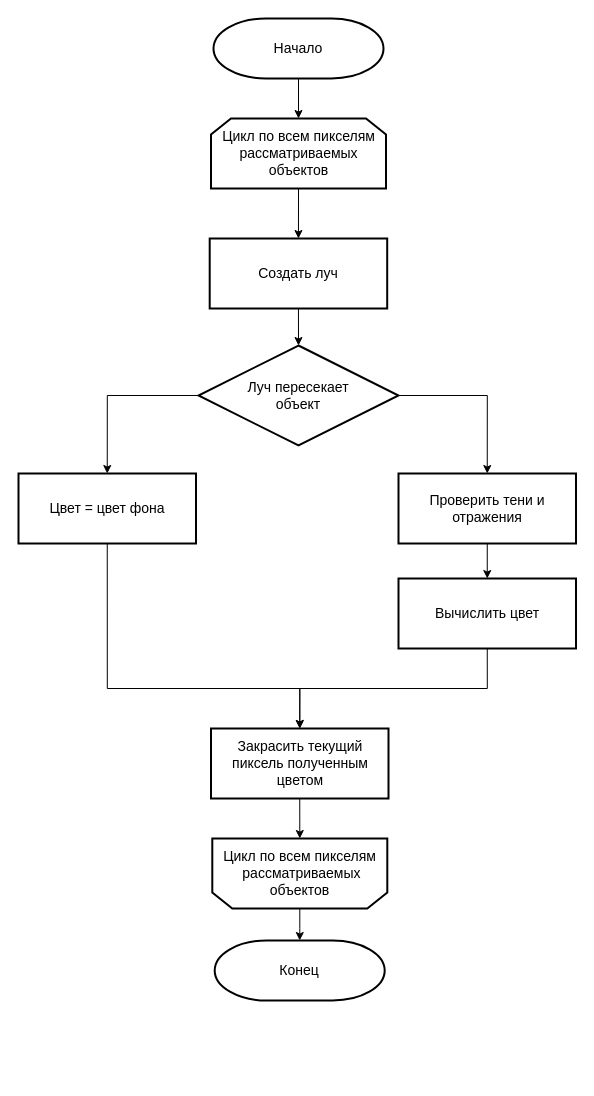
Earlier version of the draw.io diagram page "Страница 2" (2 of 3) of Диаграмма_курсач.drawio (kpirap18/BMSTU-CP_CG-sem5). Source tidied: cells renumbered, new cells numbered last; positions are measured from the earlier drawing's top-left corner, leaving out a move shared by most shapes. Both pictures are drawn from the tidied source at 100%, with x=0, y=0 at pixel (18, 18).
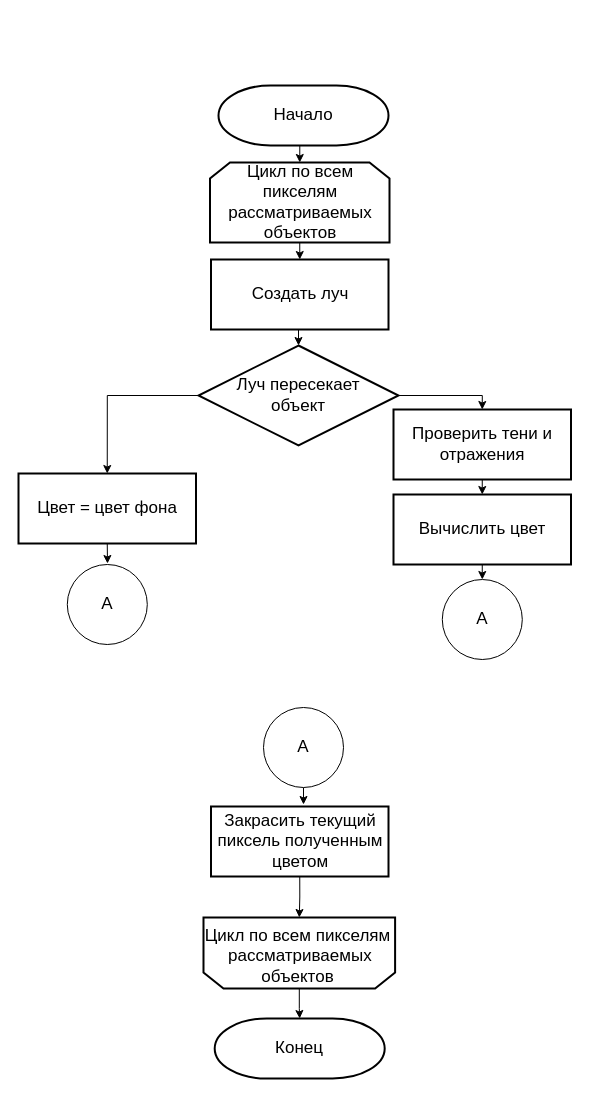
Above is the later version.

What changed in the source:
```diff
@@
-    <mxCell id="2" style="edgeStyle=orthogonalEdgeStyle;rounded=0;jettySize=auto;html=1;exitX=0.5;exitY=1;exitDx=0;exitDy=0;exitPerimeter=0;entryX=0.5;entryY=0;entryDx=0;entryDy=0;" parent="1" edge="1" source="3" target="5">
+    <mxCell id="2" style="edgeStyle=orthogonalEdgeStyle;rounded=0;jettySize=auto;html=1;exitX=0.5;exitY=1;exitDx=0;exitDy=0;exitPerimeter=0;entryX=0.5;entryY=0;entryDx=0;entryDy=0;fontSize=17;" parent="1" edge="1" source="3" target="5">
       <mxGeometry relative="1" as="geometry" />
     </mxCell>
-    <mxCell id="3" value="&lt;font style=&quot;font-size: 14px&quot;&gt;Начало&lt;/font&gt;" style="strokeWidth=2;html=1;shape=mxgraph.flowchart.terminator;whiteSpace=wrap;" parent="1" vertex="1">
-      <mxGeometry x="195" width="170" height="60" as="geometry" />
+    <mxCell id="3" value="&lt;font style=&quot;font-size: 17px;&quot;&gt;Начало&lt;/font&gt;" style="strokeWidth=2;html=1;shape=mxgraph.flowchart.terminator;whiteSpace=wrap;fontSize=17;" parent="1" vertex="1">
+      <mxGeometry x="200" y="67" width="170" height="60" as="geometry" />
     </mxCell>
-    <mxCell id="4" style="edgeStyle=orthogonalEdgeStyle;rounded=0;jettySize=auto;html=1;exitX=0.5;exitY=1;exitDx=0;exitDy=0;entryX=0.5;entryY=0;entryDx=0;entryDy=0;" parent="1" edge="1" source="5" target="7">
+    <mxCell id="4" style="edgeStyle=orthogonalEdgeStyle;rounded=0;jettySize=auto;html=1;exitX=0.5;exitY=1;exitDx=0;exitDy=0;entryX=0.5;entryY=0;entryDx=0;entryDy=0;fontSize=17;" parent="1" edge="1" source="5" target="7">
       <mxGeometry relative="1" as="geometry" />
     </mxCell>
-    <mxCell id="5" value="&lt;font style=&quot;font-size: 14px&quot;&gt;Цикл по всем пикселям рассматриваемых объектов&lt;/font&gt;" style="shape=loopLimit;whiteSpace=wrap;html=1;strokeWidth=2;" parent="1" vertex="1">
-      <mxGeometry x="192.5" y="100" width="175" height="70" as="geometry" />
+    <mxCell id="5" value="&lt;font style=&quot;font-size: 17px;&quot;&gt;Цикл по всем пикселям рассматриваемых объектов&lt;/font&gt;" style="shape=loopLimit;whiteSpace=wrap;html=1;strokeWidth=2;fontSize=17;" parent="1" vertex="1">
+      <mxGeometry x="191.5" y="144" width="179.5" height="80" as="geometry" />
     </mxCell>
-    <mxCell id="6" style="edgeStyle=orthogonalEdgeStyle;rounded=0;jettySize=auto;html=1;exitX=0.5;exitY=1;exitDx=0;exitDy=0;entryX=0.5;entryY=0;entryDx=0;entryDy=0;entryPerimeter=0;" parent="1" edge="1" source="7" target="10">
+    <mxCell id="6" style="edgeStyle=orthogonalEdgeStyle;rounded=0;jettySize=auto;html=1;exitX=0.5;exitY=1;exitDx=0;exitDy=0;entryX=0.5;entryY=0;entryDx=0;entryDy=0;entryPerimeter=0;fontSize=17;" parent="1" edge="1" source="7" target="10">
       <mxGeometry relative="1" as="geometry" />
     </mxCell>
-    <mxCell id="7" value="&lt;font style=&quot;font-size: 14px&quot;&gt;Создать луч&lt;/font&gt;" style="whiteSpace=wrap;html=1;strokeWidth=2;" parent="1" vertex="1">
-      <mxGeometry x="191.2" y="220" width="177.5" height="70" as="geometry" />
+    <mxCell id="7" value="&lt;font style=&quot;font-size: 17px;&quot;&gt;Создать луч&lt;/font&gt;" style="whiteSpace=wrap;html=1;strokeWidth=2;fontSize=17;" parent="1" vertex="1">
+      <mxGeometry x="192.5" y="241" width="177.5" height="70" as="geometry" />
     </mxCell>
-    <mxCell id="8" style="edgeStyle=orthogonalEdgeStyle;rounded=0;jettySize=auto;html=1;exitX=1;exitY=0.5;exitDx=0;exitDy=0;exitPerimeter=0;entryX=0.5;entryY=0;entryDx=0;entryDy=0;" parent="1" edge="1" source="10" target="14">
-      <mxGeometry relative="1" as="geometry" />
+    <mxCell id="8" style="edgeStyle=orthogonalEdgeStyle;rounded=0;jettySize=auto;html=1;exitX=1;exitY=0.5;exitDx=0;exitDy=0;exitPerimeter=0;entryX=0.5;entryY=0;entryDx=0;entryDy=0;fontSize=17;" parent="1" edge="1" source="10" target="14">
+      <mxGeometry relative="1" as="geometry">
+        <Array as="points">
+          <mxPoint x="464" y="377" />
+        </Array>
+      </mxGeometry>
     </mxCell>
-    <mxCell id="9" style="edgeStyle=orthogonalEdgeStyle;rounded=0;jettySize=auto;html=1;exitX=0;exitY=0.5;exitDx=0;exitDy=0;exitPerimeter=0;entryX=0.5;entryY=0;entryDx=0;entryDy=0;" parent="1" edge="1" source="10" target="12">
+    <mxCell id="9" style="edgeStyle=orthogonalEdgeStyle;rounded=0;jettySize=auto;html=1;exitX=0;exitY=0.5;exitDx=0;exitDy=0;exitPerimeter=0;entryX=0.5;entryY=0;entryDx=0;entryDy=0;fontSize=17;" parent="1" edge="1" source="10" target="12">
       <mxGeometry relative="1" as="geometry" />
     </mxCell>
-    <mxCell id="10" value="&lt;font style=&quot;font-size: 14px&quot;&gt;Луч пересекает &lt;br&gt;объект&lt;/font&gt;" style="strokeWidth=2;html=1;shape=mxgraph.flowchart.decision;whiteSpace=wrap;" parent="1" vertex="1">
+    <mxCell id="10" value="&lt;font style=&quot;font-size: 17px;&quot;&gt;Луч пересекает &lt;br style=&quot;font-size: 17px;&quot;&gt;объект&lt;/font&gt;" style="strokeWidth=2;html=1;shape=mxgraph.flowchart.decision;whiteSpace=wrap;fontSize=17;" parent="1" vertex="1">
       <mxGeometry x="180" y="327" width="200" height="100" as="geometry" />
     </mxCell>
-    <mxCell id="11" style="edgeStyle=orthogonalEdgeStyle;rounded=0;jettySize=auto;html=1;exitX=0.5;exitY=1;exitDx=0;exitDy=0;entryX=0.5;entryY=0;entryDx=0;entryDy=0;" parent="1" edge="1" source="12" target="18">
-      <mxGeometry relative="1" as="geometry">
-        <Array as="points">
-          <mxPoint x="89" y="670" />
-          <mxPoint x="281" y="670" />
-        </Array>
-      </mxGeometry>
-    </mxCell>
+    <mxCell id="24" style="edgeStyle=orthogonalEdgeStyle;rounded=0;jettySize=auto;html=1;exitX=0.5;exitY=1;exitDx=0;exitDy=0;fontSize=17;" parent="1" edge="1" source="12">
+      <mxGeometry relative="1" as="geometry">
+        <mxPoint x="89" y="545" as="targetPoint" />
+      </mxGeometry>
+    </mxCell>
-    <mxCell id="12" value="&lt;font style=&quot;font-size: 14px&quot;&gt;Цвет = цвет фона&lt;/font&gt;" style="whiteSpace=wrap;html=1;strokeWidth=2;" parent="1" vertex="1">
+    <mxCell id="12" value="&lt;font style=&quot;font-size: 17px;&quot;&gt;Цвет = цвет фона&lt;/font&gt;" style="whiteSpace=wrap;html=1;strokeWidth=2;fontSize=17;" parent="1" vertex="1">
       <mxGeometry y="455" width="177.5" height="70" as="geometry" />
     </mxCell>
-    <mxCell id="13" style="edgeStyle=orthogonalEdgeStyle;rounded=0;jettySize=auto;html=1;exitX=0.5;exitY=1;exitDx=0;exitDy=0;entryX=0.5;entryY=0;entryDx=0;entryDy=0;" parent="1" edge="1" source="14" target="16">
+    <mxCell id="13" style="edgeStyle=orthogonalEdgeStyle;rounded=0;jettySize=auto;html=1;exitX=0.5;exitY=1;exitDx=0;exitDy=0;entryX=0.5;entryY=0;entryDx=0;entryDy=0;fontSize=17;" parent="1" edge="1" source="14" target="16">
       <mxGeometry relative="1" as="geometry" />
     </mxCell>
-    <mxCell id="14" value="&lt;font style=&quot;font-size: 14px&quot;&gt;Проверить тени и отражения&lt;/font&gt;" style="whiteSpace=wrap;html=1;strokeWidth=2;" parent="1" vertex="1">
-      <mxGeometry x="380" y="455" width="177.5" height="70" as="geometry" />
+    <mxCell id="14" value="&lt;font style=&quot;font-size: 17px;&quot;&gt;Проверить тени и отражения&lt;/font&gt;" style="whiteSpace=wrap;html=1;strokeWidth=2;fontSize=17;" parent="1" vertex="1">
+      <mxGeometry x="375" y="391" width="177.5" height="70" as="geometry" />
     </mxCell>
-    <mxCell id="15" style="edgeStyle=orthogonalEdgeStyle;rounded=0;jettySize=auto;html=1;exitX=0.5;exitY=1;exitDx=0;exitDy=0;" parent="1" edge="1" source="16" target="18">
-      <mxGeometry relative="1" as="geometry" />
-    </mxCell>
+    <mxCell id="25" style="edgeStyle=orthogonalEdgeStyle;rounded=0;jettySize=auto;html=1;exitX=0.5;exitY=1;exitDx=0;exitDy=0;entryX=0.5;entryY=0;entryDx=0;entryDy=0;fontSize=17;" parent="1" edge="1" source="16" target="29">
+      <mxGeometry relative="1" as="geometry" />
+    </mxCell>
-    <mxCell id="16" value="&lt;span style=&quot;font-size: 14px&quot;&gt;Вычислить цвет&lt;/span&gt;" style="whiteSpace=wrap;html=1;strokeWidth=2;" parent="1" vertex="1">
-      <mxGeometry x="380" y="560" width="177.5" height="70" as="geometry" />
+    <mxCell id="16" value="&lt;span style=&quot;font-size: 17px;&quot;&gt;Вычислить цвет&lt;/span&gt;" style="whiteSpace=wrap;html=1;strokeWidth=2;fontSize=17;" parent="1" vertex="1">
+      <mxGeometry x="375" y="476" width="177.5" height="70" as="geometry" />
     </mxCell>
-    <mxCell id="17" style="edgeStyle=orthogonalEdgeStyle;rounded=0;jettySize=auto;html=1;exitX=0.5;exitY=1;exitDx=0;exitDy=0;entryX=0.5;entryY=1;entryDx=0;entryDy=0;" parent="1" edge="1" source="18" target="20">
+    <mxCell id="17" style="edgeStyle=orthogonalEdgeStyle;rounded=0;jettySize=auto;html=1;exitX=0.5;exitY=1;exitDx=0;exitDy=0;entryX=0.5;entryY=1;entryDx=0;entryDy=0;fontSize=17;" parent="1" edge="1" source="18" target="20">
       <mxGeometry relative="1" as="geometry" />
     </mxCell>
-    <mxCell id="18" value="&lt;font style=&quot;font-size: 14px&quot;&gt;Закрасить текущий пиксель полученным цветом&lt;/font&gt;" style="whiteSpace=wrap;html=1;strokeWidth=2;" parent="1" vertex="1">
-      <mxGeometry x="192.5" y="710" width="177.5" height="70" as="geometry" />
+    <mxCell id="18" value="&lt;font style=&quot;font-size: 17px;&quot;&gt;Закрасить текущий пиксель полученным цветом&lt;/font&gt;" style="whiteSpace=wrap;html=1;strokeWidth=2;fontSize=17;" parent="1" vertex="1">
+      <mxGeometry x="192.5" y="788" width="177.5" height="70" as="geometry" />
     </mxCell>
-    <mxCell id="19" style="group;" parent="1" vertex="1">
-      <mxGeometry x="193.8" y="820" width="175" height="70" as="geometry" />
+    <mxCell id="19" style="group;fontSize=17;" parent="1" vertex="1">
+      <mxGeometry x="185" y="899" width="205.2" height="71" as="geometry" />
     </mxCell>
-    <mxCell id="20" style="shape=loopLimit;whiteSpace=wrap;html=1;strokeWidth=2;rotation=-180;" parent="19" vertex="1">
-      <mxGeometry width="175" height="70" as="geometry" />
+    <mxCell id="20" style="shape=loopLimit;whiteSpace=wrap;html=1;strokeWidth=2;rotation=-180;fontSize=17;" parent="19" vertex="1">
+      <mxGeometry width="191.6" height="71" as="geometry" />
     </mxCell>
-    <mxCell id="21" value="&lt;span style=&quot;font-size: 14px ; background-color: rgb(255 , 255 , 255)&quot;&gt;Цикл по всем пикселям&lt;br&gt;&amp;nbsp;рассматриваемых &lt;br&gt;объектов&lt;/span&gt;" style="text;html=1;align=center;verticalAlign=middle;" parent="19" vertex="1">
-      <mxGeometry x="2.5" y="10" width="170" height="50" as="geometry" />
+    <mxCell id="21" value="&lt;span style=&quot;font-size: 17px; background-color: rgb(255, 255, 255);&quot;&gt;Цикл по всем пикселям&lt;br style=&quot;font-size: 17px;&quot;&gt;&amp;nbsp;рассматриваемых &lt;br style=&quot;font-size: 17px;&quot;&gt;объектов&lt;/span&gt;" style="text;html=1;align=center;verticalAlign=middle;fontSize=17;" parent="19" vertex="1">
+      <mxGeometry x="-3.4" y="7" width="195" height="64" as="geometry" />
     </mxCell>
-    <mxCell id="22" value="&lt;font style=&quot;font-size: 14px&quot;&gt;Конец&lt;/font&gt;" style="strokeWidth=2;html=1;shape=mxgraph.flowchart.terminator;whiteSpace=wrap;" parent="1" vertex="1">
-      <mxGeometry x="196.2" y="922" width="170" height="60" as="geometry" />
+    <mxCell id="22" value="&lt;font style=&quot;font-size: 17px;&quot;&gt;Конец&lt;/font&gt;" style="strokeWidth=2;html=1;shape=mxgraph.flowchart.terminator;whiteSpace=wrap;fontSize=17;" parent="1" vertex="1">
+      <mxGeometry x="196.2" y="1000" width="170" height="60" as="geometry" />
     </mxCell>
-    <mxCell id="23" style="edgeStyle=orthogonalEdgeStyle;rounded=0;jettySize=auto;html=1;exitX=0.5;exitY=0;exitDx=0;exitDy=0;" parent="1" edge="1" source="20" target="22">
+    <mxCell id="23" style="edgeStyle=orthogonalEdgeStyle;rounded=0;jettySize=auto;html=1;exitX=0.5;exitY=0;exitDx=0;exitDy=0;fontSize=17;" parent="1" edge="1" source="20" target="22">
       <mxGeometry relative="1" as="geometry" />
     </mxCell>
+    <mxCell id="26" style="edgeStyle=orthogonalEdgeStyle;rounded=0;jettySize=auto;html=1;exitX=0.5;exitY=1;exitDx=0;exitDy=0;fontSize=17;" parent="1" edge="1" source="27">
+      <mxGeometry relative="1" as="geometry">
+        <mxPoint x="285" y="786" as="targetPoint" />
+      </mxGeometry>
+    </mxCell>
+    <mxCell id="27" value="А" style="ellipse;whiteSpace=wrap;html=1;fontSize=17;" parent="1" vertex="1">
+      <mxGeometry x="245" y="689" width="80" height="80" as="geometry" />
+    </mxCell>
+    <mxCell id="28" value="А" style="ellipse;whiteSpace=wrap;html=1;fontSize=17;" parent="1" vertex="1">
+      <mxGeometry x="48.8" y="546" width="80" height="80" as="geometry" />
+    </mxCell>
+    <mxCell id="29" value="А" style="ellipse;whiteSpace=wrap;html=1;fontSize=17;" parent="1" vertex="1">
+      <mxGeometry x="423.8" y="561" width="80" height="80" as="geometry" />
+    </mxCell>
```
